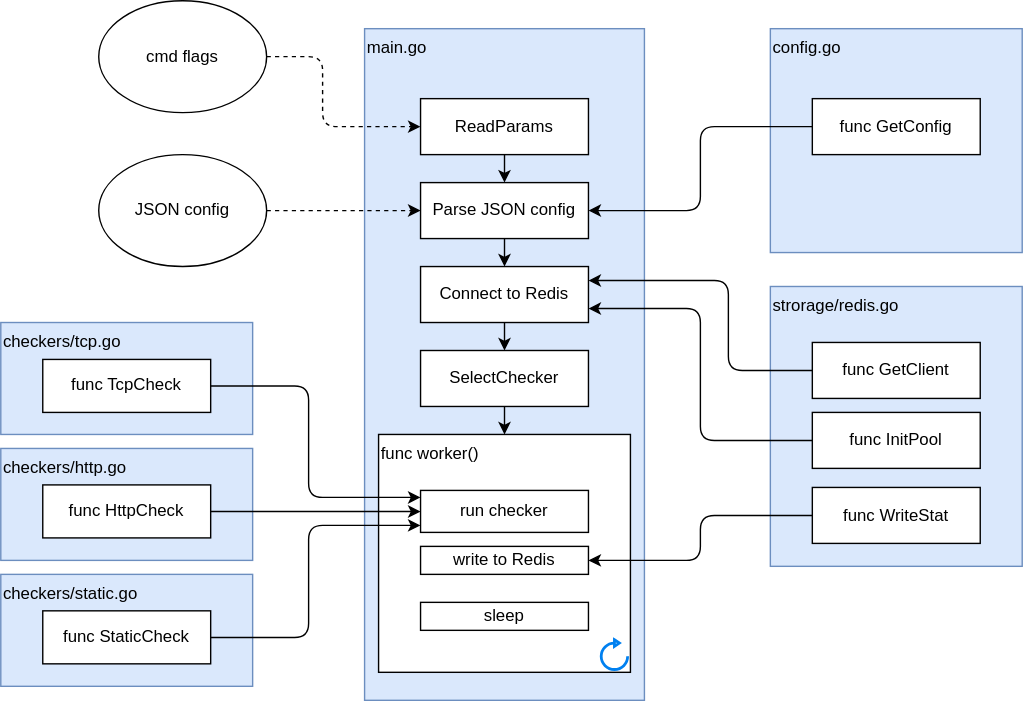
Above: docs/watcher/structure.drawio.svg in kelpi-io/kelpi.io (draw.io), before the change. Source tidied: cells renumbered, new cells last; positions are measured from the earlier drawing's top-left corner, leaving out a move shared by most shapes. The source it was exported from:
```xml
<mxGraphModel>
  <root>
    <mxCell id="0" />
    <mxCell id="1" parent="0" />
    <mxCell id="2" value="checkers/static.go" style="rounded=0;whiteSpace=wrap;html=1;align=left;verticalAlign=top;fillColor=#dae8fc;strokeColor=#6c8ebf;" parent="1" vertex="1">
      <mxGeometry y="410" width="180" height="80" as="geometry" />
    </mxCell>
    <mxCell id="3" value="main.go" style="rounded=0;whiteSpace=wrap;html=1;align=left;verticalAlign=top;fillColor=#dae8fc;strokeColor=#6c8ebf;" parent="1" vertex="1">
      <mxGeometry x="260" y="20" width="200" height="480" as="geometry" />
    </mxCell>
    <mxCell id="4" style="edgeStyle=orthogonalEdgeStyle;html=1;entryX=0.5;entryY=0;entryDx=0;entryDy=0;" parent="1" edge="1" source="5" target="9">
      <mxGeometry relative="1" as="geometry" />
    </mxCell>
    <mxCell id="5" value="ReadParams" style="rounded=0;whiteSpace=wrap;html=1;" parent="1" vertex="1">
      <mxGeometry x="300" y="70" width="120" height="40" as="geometry" />
    </mxCell>
    <mxCell id="6" style="edgeStyle=orthogonalEdgeStyle;html=1;dashed=1;" parent="1" edge="1" source="7" target="5">
      <mxGeometry relative="1" as="geometry">
        <Array as="points">
          <mxPoint x="230" y="40" />
          <mxPoint x="230" y="90" />
        </Array>
      </mxGeometry>
    </mxCell>
    <mxCell id="7" value="cmd flags" style="ellipse;whiteSpace=wrap;html=1;" parent="1" vertex="1">
      <mxGeometry x="70" width="120" height="80" as="geometry" />
    </mxCell>
    <mxCell id="8" style="edgeStyle=orthogonalEdgeStyle;html=1;entryX=0.5;entryY=0;entryDx=0;entryDy=0;" parent="1" edge="1" source="9" target="13">
      <mxGeometry relative="1" as="geometry" />
    </mxCell>
    <mxCell id="9" value="Parse JSON config" style="rounded=0;whiteSpace=wrap;html=1;" parent="1" vertex="1">
      <mxGeometry x="300" y="130" width="120" height="40" as="geometry" />
    </mxCell>
    <mxCell id="10" style="edgeStyle=orthogonalEdgeStyle;html=1;dashed=1;" parent="1" edge="1" source="11" target="9">
      <mxGeometry relative="1" as="geometry" />
    </mxCell>
    <mxCell id="11" value="JSON config" style="ellipse;whiteSpace=wrap;html=1;" parent="1" vertex="1">
      <mxGeometry x="70" y="110" width="120" height="80" as="geometry" />
    </mxCell>
    <mxCell id="12" style="edgeStyle=orthogonalEdgeStyle;html=1;" parent="1" edge="1" source="13" target="15">
      <mxGeometry relative="1" as="geometry" />
    </mxCell>
    <mxCell id="13" value="Connect to Redis" style="rounded=0;whiteSpace=wrap;html=1;" parent="1" vertex="1">
      <mxGeometry x="300" y="190" width="120" height="40" as="geometry" />
    </mxCell>
    <mxCell id="14" style="edgeStyle=orthogonalEdgeStyle;html=1;entryX=0.5;entryY=0;entryDx=0;entryDy=0;" parent="1" edge="1" source="15" target="16">
      <mxGeometry relative="1" as="geometry" />
    </mxCell>
    <mxCell id="15" value="SelectChecker" style="rounded=0;whiteSpace=wrap;html=1;" parent="1" vertex="1">
      <mxGeometry x="300" y="250" width="120" height="40" as="geometry" />
    </mxCell>
    <mxCell id="16" value="func worker()" style="rounded=0;whiteSpace=wrap;html=1;align=left;verticalAlign=top;" parent="1" vertex="1">
      <mxGeometry x="270" y="310" width="180" height="170" as="geometry" />
    </mxCell>
    <mxCell id="17" style="html=1;verticalLabelPosition=bottom;align=center;labelBackgroundColor=#ffffff;verticalAlign=top;strokeWidth=2;strokeColor=#0080F0;shadow=0;dashed=0;shape=mxgraph.ios7.icons.reload;" parent="1" vertex="1">
      <mxGeometry x="429.1" y="456.8" width="18.9" height="21.2" as="geometry" />
    </mxCell>
    <mxCell id="18" value="run checker" style="rounded=0;whiteSpace=wrap;html=1;" parent="1" vertex="1">
      <mxGeometry x="300" y="350" width="120" height="30" as="geometry" />
    </mxCell>
    <mxCell id="19" value="write to Redis" style="rounded=0;whiteSpace=wrap;html=1;" parent="1" vertex="1">
      <mxGeometry x="300" y="390" width="120" height="20" as="geometry" />
    </mxCell>
    <mxCell id="20" value="sleep" style="rounded=0;whiteSpace=wrap;html=1;" parent="1" vertex="1">
      <mxGeometry x="300" y="430" width="120" height="20" as="geometry" />
    </mxCell>
    <mxCell id="21" value="strorage/redis.go" style="rounded=0;whiteSpace=wrap;html=1;align=left;verticalAlign=top;fillColor=#dae8fc;strokeColor=#6c8ebf;" parent="1" vertex="1">
      <mxGeometry x="550" y="204.2" width="180" height="200" as="geometry" />
    </mxCell>
    <mxCell id="22" style="edgeStyle=orthogonalEdgeStyle;html=1;entryX=1;entryY=0.25;entryDx=0;entryDy=0;" parent="1" edge="1" source="23" target="13">
      <mxGeometry relative="1" as="geometry">
        <Array as="points">
          <mxPoint x="520" y="264" />
          <mxPoint x="520" y="200" />
        </Array>
      </mxGeometry>
    </mxCell>
    <mxCell id="23" value="func GetClient" style="rounded=0;whiteSpace=wrap;html=1;" parent="1" vertex="1">
      <mxGeometry x="580" y="244.2" width="120" height="40" as="geometry" />
    </mxCell>
    <mxCell id="24" style="edgeStyle=orthogonalEdgeStyle;html=1;entryX=1;entryY=0.75;entryDx=0;entryDy=0;" parent="1" edge="1" source="25" target="13">
      <mxGeometry relative="1" as="geometry" />
    </mxCell>
    <mxCell id="25" value="func InitPool" style="rounded=0;whiteSpace=wrap;html=1;" parent="1" vertex="1">
      <mxGeometry x="580" y="294.2" width="120" height="40" as="geometry" />
    </mxCell>
    <mxCell id="26" style="edgeStyle=orthogonalEdgeStyle;html=1;entryX=1;entryY=0.5;entryDx=0;entryDy=0;" parent="1" edge="1" source="27" target="19">
      <mxGeometry relative="1" as="geometry" />
    </mxCell>
    <mxCell id="27" value="func WriteStat" style="rounded=0;whiteSpace=wrap;html=1;" parent="1" vertex="1">
      <mxGeometry x="580" y="347.9" width="120" height="40" as="geometry" />
    </mxCell>
    <mxCell id="28" value="checkers/tcp.go" style="rounded=0;whiteSpace=wrap;html=1;align=left;verticalAlign=top;fillColor=#dae8fc;strokeColor=#6c8ebf;" parent="1" vertex="1">
      <mxGeometry y="230" width="180" height="80" as="geometry" />
    </mxCell>
    <mxCell id="29" style="edgeStyle=orthogonalEdgeStyle;html=1;" parent="1" edge="1" source="30" target="18">
      <mxGeometry relative="1" as="geometry">
        <Array as="points">
          <mxPoint x="220" y="275" />
          <mxPoint x="220" y="355" />
        </Array>
      </mxGeometry>
    </mxCell>
    <mxCell id="30" value="func TcpCheck" style="rounded=0;whiteSpace=wrap;html=1;" parent="1" vertex="1">
      <mxGeometry x="30" y="256.4" width="120" height="37.9" as="geometry" />
    </mxCell>
    <mxCell id="31" value="checkers/http.go" style="rounded=0;whiteSpace=wrap;html=1;align=left;verticalAlign=top;fillColor=#dae8fc;strokeColor=#6c8ebf;" parent="1" vertex="1">
      <mxGeometry y="320" width="180" height="80" as="geometry" />
    </mxCell>
    <mxCell id="32" style="edgeStyle=orthogonalEdgeStyle;html=1;" parent="1" edge="1" source="33" target="18">
      <mxGeometry relative="1" as="geometry">
        <Array as="points">
          <mxPoint x="180" y="365" />
          <mxPoint x="180" y="365" />
        </Array>
      </mxGeometry>
    </mxCell>
    <mxCell id="33" value="func HttpCheck" style="rounded=0;whiteSpace=wrap;html=1;" parent="1" vertex="1">
      <mxGeometry x="30" y="346.1" width="120" height="37.9" as="geometry" />
    </mxCell>
    <mxCell id="34" value="config.go" style="rounded=0;whiteSpace=wrap;html=1;align=left;verticalAlign=top;fillColor=#dae8fc;strokeColor=#6c8ebf;" parent="1" vertex="1">
      <mxGeometry x="550" y="20" width="180" height="160" as="geometry" />
    </mxCell>
    <mxCell id="35" style="edgeStyle=orthogonalEdgeStyle;html=1;entryX=1;entryY=0.5;entryDx=0;entryDy=0;" parent="1" edge="1" source="36" target="9">
      <mxGeometry relative="1" as="geometry" />
    </mxCell>
    <mxCell id="36" value="func GetConfig" style="rounded=0;whiteSpace=wrap;html=1;" parent="1" vertex="1">
      <mxGeometry x="580" y="70" width="120" height="40" as="geometry" />
    </mxCell>
    <mxCell id="37" style="edgeStyle=orthogonalEdgeStyle;html=1;" parent="1" edge="1" source="38">
      <mxGeometry relative="1" as="geometry">
        <mxPoint x="300" y="375" as="targetPoint" />
        <Array as="points">
          <mxPoint x="220" y="455" />
          <mxPoint x="220" y="375" />
        </Array>
      </mxGeometry>
    </mxCell>
    <mxCell id="38" value="func StaticCheck" style="rounded=0;whiteSpace=wrap;html=1;" parent="1" vertex="1">
      <mxGeometry x="30" y="436.1" width="120" height="37.9" as="geometry" />
    </mxCell>
  </root>
</mxGraphModel>
```
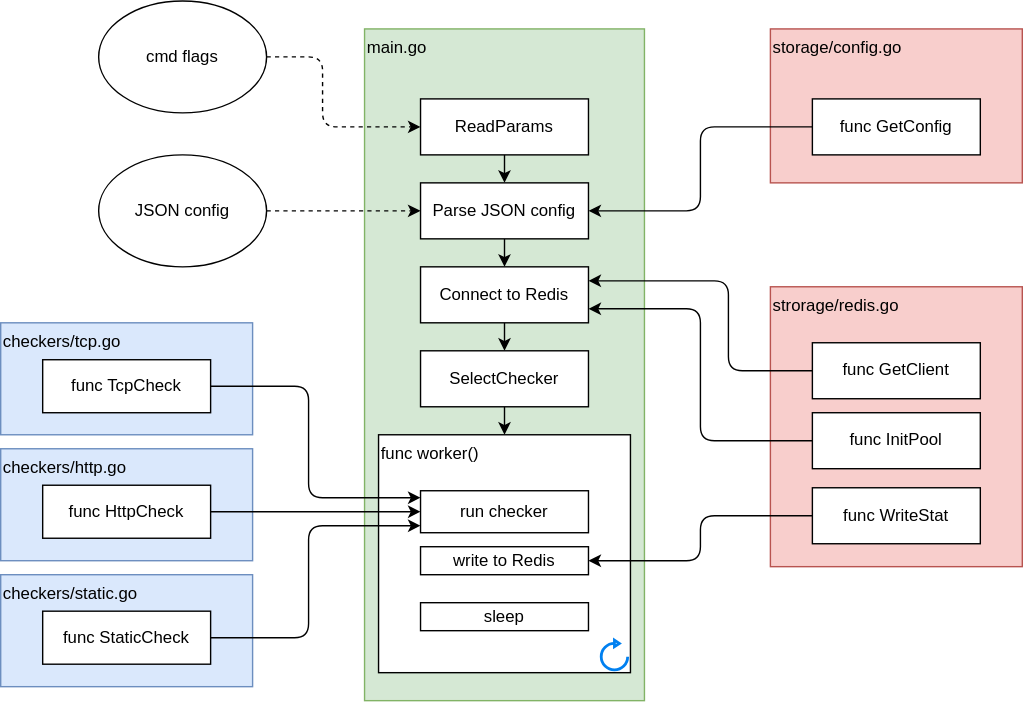
After the change.

Change to the diagram source:
```diff
@@ -5,7 +5,7 @@
     <mxCell id="2" value="checkers/static.go" style="rounded=0;whiteSpace=wrap;html=1;align=left;verticalAlign=top;fillColor=#dae8fc;strokeColor=#6c8ebf;" parent="1" vertex="1">
       <mxGeometry y="410" width="180" height="80" as="geometry" />
     </mxCell>
-    <mxCell id="3" value="main.go" style="rounded=0;whiteSpace=wrap;html=1;align=left;verticalAlign=top;fillColor=#dae8fc;strokeColor=#6c8ebf;" parent="1" vertex="1">
+    <mxCell id="3" value="main.go" style="rounded=0;whiteSpace=wrap;html=1;align=left;verticalAlign=top;fillColor=#d5e8d4;strokeColor=#82b366;" parent="1" vertex="1">
       <mxGeometry x="260" y="20" width="200" height="480" as="geometry" />
     </mxCell>
     <mxCell id="4" style="edgeStyle=orthogonalEdgeStyle;html=1;entryX=0.5;entryY=0;entryDx=0;entryDy=0;" parent="1" edge="1" source="5" target="9">
@@ -64,7 +64,7 @@
     <mxCell id="20" value="sleep" style="rounded=0;whiteSpace=wrap;html=1;" parent="1" vertex="1">
       <mxGeometry x="300" y="430" width="120" height="20" as="geometry" />
     </mxCell>
-    <mxCell id="21" value="strorage/redis.go" style="rounded=0;whiteSpace=wrap;html=1;align=left;verticalAlign=top;fillColor=#dae8fc;strokeColor=#6c8ebf;" parent="1" vertex="1">
+    <mxCell id="21" value="strorage/redis.go" style="rounded=0;whiteSpace=wrap;html=1;align=left;verticalAlign=top;fillColor=#f8cecc;strokeColor=#b85450;" parent="1" vertex="1">
       <mxGeometry x="550" y="204.2" width="180" height="200" as="geometry" />
     </mxCell>
     <mxCell id="22" style="edgeStyle=orthogonalEdgeStyle;html=1;entryX=1;entryY=0.25;entryDx=0;entryDy=0;" parent="1" edge="1" source="23" target="13">
@@ -118,8 +118,8 @@
     <mxCell id="33" value="func HttpCheck" style="rounded=0;whiteSpace=wrap;html=1;" parent="1" vertex="1">
       <mxGeometry x="30" y="346.1" width="120" height="37.9" as="geometry" />
     </mxCell>
-    <mxCell id="34" value="config.go" style="rounded=0;whiteSpace=wrap;html=1;align=left;verticalAlign=top;fillColor=#dae8fc;strokeColor=#6c8ebf;" parent="1" vertex="1">
-      <mxGeometry x="550" y="20" width="180" height="160" as="geometry" />
+    <mxCell id="34" value="storage/config.go" style="rounded=0;whiteSpace=wrap;html=1;align=left;verticalAlign=top;fillColor=#f8cecc;strokeColor=#b85450;" parent="1" vertex="1">
+      <mxGeometry x="550" y="20" width="180" height="110" as="geometry" />
     </mxCell>
     <mxCell id="35" style="edgeStyle=orthogonalEdgeStyle;html=1;entryX=1;entryY=0.5;entryDx=0;entryDy=0;" parent="1" edge="1" source="36" target="9">
       <mxGeometry relative="1" as="geometry" />
```
